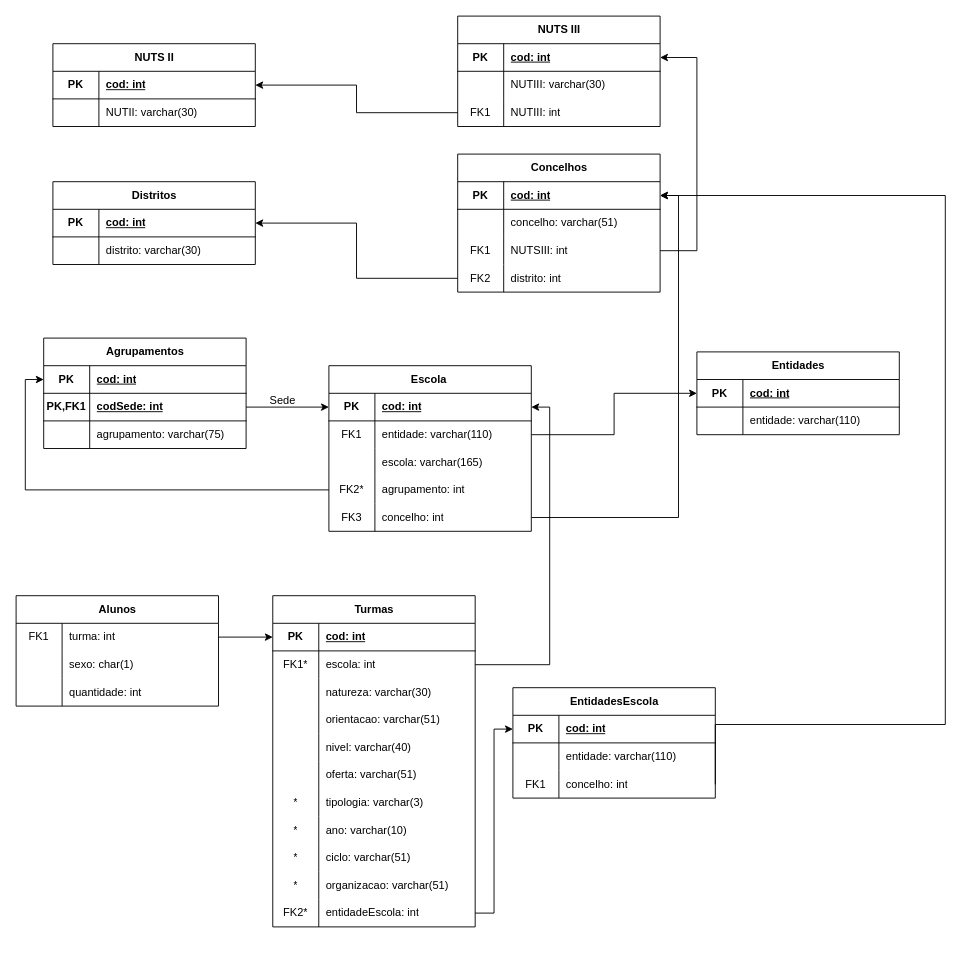
damaral31/Portuguese-School-System-DB-Modeling keeps this draw.io diagram as page "Relacional" (5 of 5) of UML1.drawio. Above is the earlier version. Source tidied: cells renumbered, new cells numbered last; positions are measured from the earlier drawing's top-left corner, leaving out a move shared by most shapes. Both pictures are drawn from the tidied source at 92%, with x=0, y=0 at pixel (16, 16).
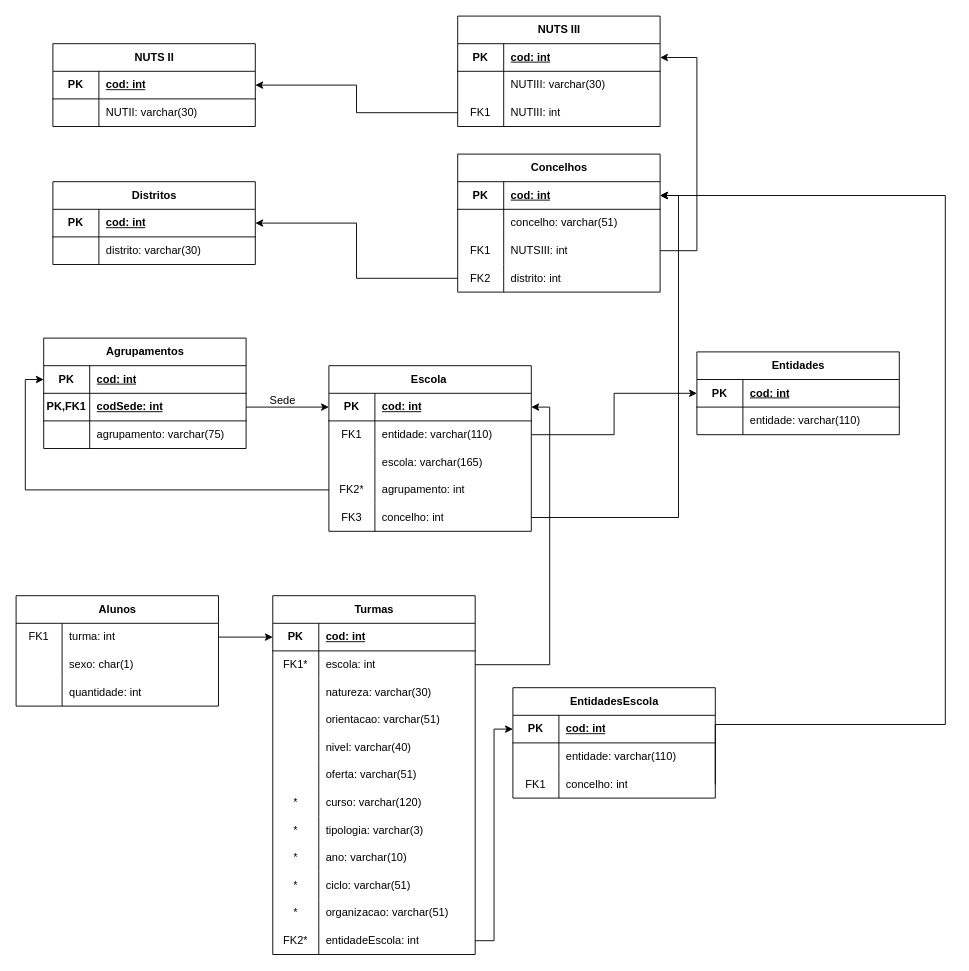
The same page after the edit.

Diff of the diagram source:
```diff
@@
     <mxCell id="28" value="Turmas" style="shape=table;startSize=30;childLayout=tableLayout;rowLines=0;fontStyle=1;align=center;html=1;" parent="1" vertex="1">
-      <mxGeometry x="279" y="630" width="220" height="360" as="geometry" />
+      <mxGeometry x="279" y="630" width="220" height="390" as="geometry" />
     </mxCell>
@@
+    <mxCell id="138" style="shape=tableRow;horizontal=0;startSize=0;swimlaneHead=0;swimlaneBody=0;fillColor=none;top=0;left=0;right=0;bottom=0;" parent="28" vertex="1">
+      <mxGeometry y="180" width="220" height="30" as="geometry" />
+    </mxCell>
+    <mxCell id="139" style="shape=partialRectangle;fillColor=none;top=0;left=0;bottom=0;right=0;overflow=hidden;whiteSpace=wrap;html=1;" parent="138" vertex="1">
+      <mxGeometry width="50" height="30" as="geometry" />
+    </mxCell>
+    <mxCell id="140" value="oferta: varchar(51)" style="shape=partialRectangle;fillColor=none;top=0;left=0;bottom=0;right=0;align=left;spacingLeft=6;overflow=hidden;whiteSpace=wrap;html=1;" parent="138" vertex="1">
+      <mxGeometry x="50" width="170" height="30" as="geometry" />
+    </mxCell>
     <mxCell id="44" style="shape=tableRow;horizontal=0;startSize=0;swimlaneHead=0;swimlaneBody=0;fillColor=none;top=0;left=0;right=0;bottom=0;" parent="28" vertex="1">
-      <mxGeometry y="180" width="220" height="30" as="geometry" />
+      <mxGeometry y="210" width="220" height="30" as="geometry" />
     </mxCell>
-    <mxCell id="45" style="shape=partialRectangle;fillColor=none;top=0;left=0;bottom=0;right=0;overflow=hidden;whiteSpace=wrap;html=1;" parent="44" vertex="1">
+    <mxCell id="45" value="*" style="shape=partialRectangle;fillColor=none;top=0;left=0;bottom=0;right=0;overflow=hidden;whiteSpace=wrap;html=1;" parent="44" vertex="1">
       <mxGeometry width="50" height="30" as="geometry" />
     </mxCell>
-    <mxCell id="46" value="oferta: varchar(51)" style="shape=partialRectangle;fillColor=none;top=0;left=0;bottom=0;right=0;align=left;spacingLeft=6;overflow=hidden;whiteSpace=wrap;html=1;" parent="44" vertex="1">
+    <mxCell id="46" value="curso: varchar(120)" style="shape=partialRectangle;fillColor=none;top=0;left=0;bottom=0;right=0;align=left;spacingLeft=6;overflow=hidden;whiteSpace=wrap;html=1;" parent="44" vertex="1">
       <mxGeometry x="50" width="170" height="30" as="geometry" />
     </mxCell>
     <mxCell id="47" style="shape=tableRow;horizontal=0;startSize=0;swimlaneHead=0;swimlaneBody=0;fillColor=none;top=0;left=0;right=0;bottom=0;" parent="28" vertex="1">
-      <mxGeometry y="210" width="220" height="30" as="geometry" />
+      <mxGeometry y="240" width="220" height="30" as="geometry" />
     </mxCell>
@@
     <mxCell id="50" style="shape=tableRow;horizontal=0;startSize=0;swimlaneHead=0;swimlaneBody=0;fillColor=none;top=0;left=0;right=0;bottom=0;" parent="28" vertex="1">
-      <mxGeometry y="240" width="220" height="30" as="geometry" />
+      <mxGeometry y="270" width="220" height="30" as="geometry" />
     </mxCell>
@@
     <mxCell id="53" style="shape=tableRow;horizontal=0;startSize=0;swimlaneHead=0;swimlaneBody=0;fillColor=none;top=0;left=0;right=0;bottom=0;" parent="28" vertex="1">
-      <mxGeometry y="270" width="220" height="30" as="geometry" />
+      <mxGeometry y="300" width="220" height="30" as="geometry" />
     </mxCell>
@@
     <mxCell id="56" style="shape=tableRow;horizontal=0;startSize=0;swimlaneHead=0;swimlaneBody=0;fillColor=none;top=0;left=0;right=0;bottom=0;" parent="28" vertex="1">
-      <mxGeometry y="300" width="220" height="30" as="geometry" />
+      <mxGeometry y="330" width="220" height="30" as="geometry" />
     </mxCell>
@@
     <mxCell id="59" style="shape=tableRow;horizontal=0;startSize=0;swimlaneHead=0;swimlaneBody=0;fillColor=none;points=[[0,0.5],[1,0.5]];portConstraint=eastwest;top=0;left=0;right=0;bottom=0;" parent="28" vertex="1">
-      <mxGeometry y="330" width="220" height="30" as="geometry" />
+      <mxGeometry y="360" width="220" height="30" as="geometry" />
     </mxCell>
```
